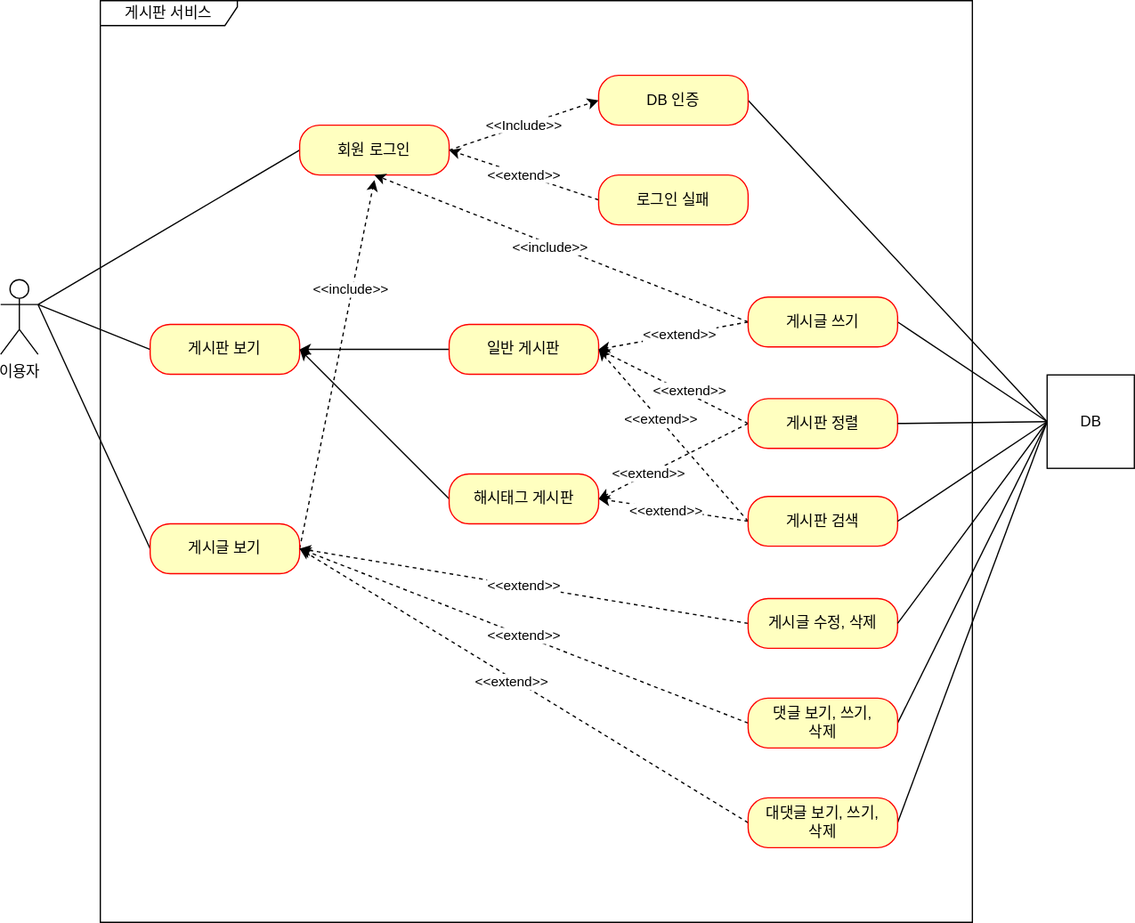
Earlier version of the draw.io export document/use-case.svg (junyihong/board-project). Source tidied: cells renumbered, new cells last; positions are measured from the earlier drawing's top-left corner, leaving out a move shared by most shapes. Source of this version:
```xml
<mxGraphModel>
  <root>
    <mxCell id="0" />
    <mxCell id="1" parent="0" />
    <mxCell id="2" value="이용자" style="shape=umlActor;verticalLabelPosition=bottom;verticalAlign=top;html=1;" parent="1" vertex="1">
      <mxGeometry y="224" width="30" height="60" as="geometry" />
    </mxCell>
    <mxCell id="3" value="게시판 서비스" style="shape=umlFrame;whiteSpace=wrap;html=1;width=110;height=20;" parent="1" vertex="1">
      <mxGeometry x="80" width="700" height="740" as="geometry" />
    </mxCell>
    <mxCell id="4" style="rounded=0;jettySize=auto;html=1;exitX=0;exitY=0.5;exitDx=0;exitDy=0;entryX=1;entryY=0.5;entryDx=0;entryDy=0;" parent="1" edge="1" source="5" target="7">
      <mxGeometry relative="1" as="geometry" />
    </mxCell>
    <mxCell id="5" value="일반 게시판" style="rounded=1;whiteSpace=wrap;html=1;arcSize=40;fontColor=#000000;fillColor=#ffffc0;strokeColor=#ff0000;" parent="1" vertex="1">
      <mxGeometry x="360" y="260" width="120" height="40" as="geometry" />
    </mxCell>
    <mxCell id="6" style="edgeStyle=none;rounded=0;jettySize=auto;html=1;exitX=0;exitY=0.5;exitDx=0;exitDy=0;entryX=1;entryY=0.3333333333333333;entryDx=0;entryDy=0;entryPerimeter=0;endArrow=none;endFill=0;" parent="1" edge="1" source="7" target="2">
      <mxGeometry relative="1" as="geometry" />
    </mxCell>
    <mxCell id="7" value="게시판 보기" style="rounded=1;whiteSpace=wrap;html=1;arcSize=40;fontColor=#000000;fillColor=#ffffc0;strokeColor=#ff0000;" parent="1" vertex="1">
      <mxGeometry x="120" y="260" width="120" height="40" as="geometry" />
    </mxCell>
    <mxCell id="8" style="edgeStyle=none;rounded=0;jettySize=auto;html=1;exitX=0;exitY=0.5;exitDx=0;exitDy=0;endArrow=none;endFill=0;" parent="1" edge="1" source="11">
      <mxGeometry relative="1" as="geometry">
        <mxPoint x="30" y="244" as="targetPoint" />
      </mxGeometry>
    </mxCell>
    <mxCell id="9" style="edgeStyle=none;rounded=0;jettySize=auto;html=1;exitX=1;exitY=0.5;exitDx=0;exitDy=0;dashed=1;endArrow=classic;endFill=1;" parent="1" edge="1" source="11">
      <mxGeometry relative="1" as="geometry">
        <mxPoint x="300" y="144" as="targetPoint" />
      </mxGeometry>
    </mxCell>
    <mxCell id="10" value="&amp;lt;&amp;lt;include&amp;gt;&amp;gt;" style="edgeLabel;html=1;align=center;verticalAlign=middle;" parent="9" vertex="1">
      <mxGeometry x="0.41" y="2" relative="1" as="geometry" />
    </mxCell>
    <mxCell id="11" value="게시글 보기" style="rounded=1;whiteSpace=wrap;html=1;arcSize=40;fontColor=#000000;fillColor=#ffffc0;strokeColor=#ff0000;" parent="1" vertex="1">
      <mxGeometry x="120" y="420" width="120" height="40" as="geometry" />
    </mxCell>
    <mxCell id="12" style="edgeStyle=none;rounded=0;jettySize=auto;html=1;exitX=0;exitY=0.5;exitDx=0;exitDy=0;endArrow=none;endFill=0;" parent="1" edge="1" source="14">
      <mxGeometry relative="1" as="geometry">
        <mxPoint x="30" y="244" as="targetPoint" />
      </mxGeometry>
    </mxCell>
    <mxCell id="13" value="&amp;lt;&amp;lt;Include&amp;gt;&amp;gt;" style="rounded=0;jettySize=auto;html=1;exitX=1;exitY=0.5;exitDx=0;exitDy=0;entryX=0;entryY=0.5;entryDx=0;entryDy=0;dashed=1;" parent="1" edge="1" source="14" target="16">
      <mxGeometry relative="1" as="geometry" />
    </mxCell>
    <mxCell id="14" value="회원 로그인" style="rounded=1;whiteSpace=wrap;html=1;arcSize=40;fontColor=#000000;fillColor=#ffffc0;strokeColor=#ff0000;" parent="1" vertex="1">
      <mxGeometry x="240" y="100" width="120" height="40" as="geometry" />
    </mxCell>
    <mxCell id="15" style="edgeStyle=none;rounded=0;jettySize=auto;html=1;exitX=1;exitY=0.5;exitDx=0;exitDy=0;entryX=0;entryY=0.5;entryDx=0;entryDy=0;endArrow=none;endFill=0;" parent="1" edge="1" source="16" target="39">
      <mxGeometry relative="1" as="geometry" />
    </mxCell>
    <mxCell id="16" value="DB 인증" style="rounded=1;whiteSpace=wrap;html=1;arcSize=40;fontColor=#000000;fillColor=#ffffc0;strokeColor=#ff0000;" parent="1" vertex="1">
      <mxGeometry x="480" y="60" width="120" height="40" as="geometry" />
    </mxCell>
    <mxCell id="17" value="&amp;lt;&amp;lt;extend&amp;gt;&amp;gt;" style="edgeStyle=none;rounded=0;jettySize=auto;html=1;exitX=0;exitY=0.5;exitDx=0;exitDy=0;entryX=1;entryY=0.5;entryDx=0;entryDy=0;endArrow=classic;endFill=1;dashed=1;" parent="1" edge="1" source="18" target="14">
      <mxGeometry relative="1" as="geometry" />
    </mxCell>
    <mxCell id="18" value="로그인 실패" style="rounded=1;whiteSpace=wrap;html=1;arcSize=40;fontColor=#000000;fillColor=#ffffc0;strokeColor=#ff0000;" parent="1" vertex="1">
      <mxGeometry x="480" y="140" width="120" height="40" as="geometry" />
    </mxCell>
    <mxCell id="19" style="edgeStyle=none;rounded=0;jettySize=auto;html=1;exitX=0;exitY=0.5;exitDx=0;exitDy=0;entryX=1;entryY=0.5;entryDx=0;entryDy=0;dashed=1;endArrow=classic;endFill=1;" parent="1" edge="1" source="23" target="5">
      <mxGeometry relative="1" as="geometry" />
    </mxCell>
    <mxCell id="20" value="&amp;lt;&amp;lt;extend&amp;gt;&amp;gt;" style="edgeLabel;html=1;align=center;verticalAlign=middle;" parent="19" vertex="1">
      <mxGeometry x="-0.18" y="-3" relative="1" as="geometry" />
    </mxCell>
    <mxCell id="21" style="edgeStyle=none;rounded=0;jettySize=auto;html=1;exitX=0;exitY=0.5;exitDx=0;exitDy=0;entryX=1;entryY=0.5;entryDx=0;entryDy=0;dashed=1;" parent="1" edge="1" source="23" target="41">
      <mxGeometry relative="1" as="geometry" />
    </mxCell>
    <mxCell id="22" value="&amp;lt;&amp;lt;extend&amp;gt;&amp;gt;" style="edgeLabel;html=1;align=center;verticalAlign=middle;" parent="21" vertex="1">
      <mxGeometry x="0.33" relative="1" as="geometry">
        <mxPoint x="-1" as="offset" />
      </mxGeometry>
    </mxCell>
    <mxCell id="23" value="게시판 정렬" style="rounded=1;whiteSpace=wrap;html=1;arcSize=40;fontColor=#000000;fillColor=#ffffc0;strokeColor=#ff0000;" parent="1" vertex="1">
      <mxGeometry x="600" y="319.5" width="120" height="40" as="geometry" />
    </mxCell>
    <mxCell id="24" style="edgeStyle=none;rounded=0;jettySize=auto;html=1;exitX=0;exitY=0.5;exitDx=0;exitDy=0;dashed=1;endArrow=classic;endFill=1;entryX=1;entryY=0.5;entryDx=0;entryDy=0;" parent="1" edge="1" source="28" target="5">
      <mxGeometry relative="1" as="geometry" />
    </mxCell>
    <mxCell id="25" value="&amp;lt;&amp;lt;extend&amp;gt;&amp;gt;" style="edgeLabel;html=1;align=center;verticalAlign=middle;" parent="24" vertex="1">
      <mxGeometry x="0.18" y="-1" relative="1" as="geometry" />
    </mxCell>
    <mxCell id="26" style="edgeStyle=none;rounded=0;jettySize=auto;html=1;exitX=0;exitY=0.5;exitDx=0;exitDy=0;entryX=1;entryY=0.5;entryDx=0;entryDy=0;dashed=1;" parent="1" edge="1" source="28" target="41">
      <mxGeometry relative="1" as="geometry" />
    </mxCell>
    <mxCell id="27" value="&amp;lt;&amp;lt;extend&amp;gt;&amp;gt;" style="edgeLabel;html=1;align=center;verticalAlign=middle;" parent="26" vertex="1">
      <mxGeometry x="0.11" y="2" relative="1" as="geometry">
        <mxPoint x="1" as="offset" />
      </mxGeometry>
    </mxCell>
    <mxCell id="28" value="게시판 검색" style="rounded=1;whiteSpace=wrap;html=1;arcSize=40;fontColor=#000000;fillColor=#ffffc0;strokeColor=#ff0000;" parent="1" vertex="1">
      <mxGeometry x="600" y="398" width="120" height="40" as="geometry" />
    </mxCell>
    <mxCell id="29" value="&amp;lt;&amp;lt;extend&amp;gt;&amp;gt;" style="edgeStyle=none;rounded=0;jettySize=auto;html=1;exitX=0;exitY=0.5;exitDx=0;exitDy=0;entryX=1;entryY=0.5;entryDx=0;entryDy=0;dashed=1;endArrow=classic;endFill=1;" parent="1" edge="1" source="30" target="11">
      <mxGeometry relative="1" as="geometry" />
    </mxCell>
    <mxCell id="30" value="게시글 수정, 삭제" style="rounded=1;whiteSpace=wrap;html=1;arcSize=40;fontColor=#000000;fillColor=#ffffc0;strokeColor=#ff0000;" parent="1" vertex="1">
      <mxGeometry x="600" y="480" width="120" height="40" as="geometry" />
    </mxCell>
    <mxCell id="31" style="edgeStyle=none;rounded=0;jettySize=auto;html=1;exitX=0;exitY=0.5;exitDx=0;exitDy=0;dashed=1;endArrow=classic;endFill=1;entryX=1;entryY=0.5;entryDx=0;entryDy=0;" parent="1" edge="1" source="34" target="11">
      <mxGeometry relative="1" as="geometry" />
    </mxCell>
    <mxCell id="32" value="&amp;lt;&amp;lt;extend&amp;gt;&amp;gt;" style="edgeLabel;html=1;align=center;verticalAlign=middle;" parent="31" vertex="1">
      <mxGeometry x="0.01" relative="1" as="geometry" />
    </mxCell>
    <mxCell id="33" style="edgeStyle=none;rounded=0;jettySize=auto;html=1;exitX=1;exitY=0.5;exitDx=0;exitDy=0;endArrow=none;endFill=0;entryX=0;entryY=0.5;entryDx=0;entryDy=0;" parent="1" edge="1" source="34" target="39">
      <mxGeometry relative="1" as="geometry" />
    </mxCell>
    <mxCell id="34" value="댓글 보기, 쓰기,&lt;br&gt;삭제" style="rounded=1;whiteSpace=wrap;html=1;arcSize=40;fontColor=#000000;fillColor=#ffffc0;strokeColor=#ff0000;" parent="1" vertex="1">
      <mxGeometry x="600" y="560" width="120" height="40" as="geometry" />
    </mxCell>
    <mxCell id="35" style="edgeStyle=none;rounded=0;jettySize=auto;html=1;exitX=0;exitY=0.5;exitDx=0;exitDy=0;entryX=1;entryY=0.5;entryDx=0;entryDy=0;endArrow=none;endFill=0;" parent="1" edge="1" source="39" target="30">
      <mxGeometry relative="1" as="geometry" />
    </mxCell>
    <mxCell id="36" style="edgeStyle=none;rounded=0;jettySize=auto;html=1;exitX=0;exitY=0.5;exitDx=0;exitDy=0;entryX=1;entryY=0.5;entryDx=0;entryDy=0;endArrow=none;endFill=0;" parent="1" edge="1" source="39" target="28">
      <mxGeometry relative="1" as="geometry" />
    </mxCell>
    <mxCell id="37" style="edgeStyle=none;rounded=0;jettySize=auto;html=1;exitX=0;exitY=0.5;exitDx=0;exitDy=0;entryX=1;entryY=0.5;entryDx=0;entryDy=0;endArrow=none;endFill=0;" parent="1" edge="1" source="39" target="23">
      <mxGeometry relative="1" as="geometry" />
    </mxCell>
    <mxCell id="38" style="edgeStyle=none;rounded=0;jettySize=auto;html=1;exitX=0;exitY=0.5;exitDx=0;exitDy=0;entryX=1;entryY=0.5;entryDx=0;entryDy=0;endArrow=none;endFill=0;" parent="1" edge="1" source="39" target="47">
      <mxGeometry relative="1" as="geometry" />
    </mxCell>
    <mxCell id="39" value="DB" style="html=1;" parent="1" vertex="1">
      <mxGeometry x="840" y="300.5" width="70" height="75" as="geometry" />
    </mxCell>
    <mxCell id="40" style="jettySize=auto;html=1;exitX=0;exitY=0.5;exitDx=0;exitDy=0;entryX=1;entryY=0.5;entryDx=0;entryDy=0;rounded=0;" parent="1" edge="1" source="41" target="7">
      <mxGeometry relative="1" as="geometry" />
    </mxCell>
    <mxCell id="41" value="해시태그 게시판" style="rounded=1;whiteSpace=wrap;html=1;arcSize=40;fontColor=#000000;fillColor=#ffffc0;strokeColor=#ff0000;" parent="1" vertex="1">
      <mxGeometry x="360" y="380" width="120" height="40" as="geometry" />
    </mxCell>
    <mxCell id="42" style="edgeStyle=none;rounded=0;orthogonalLoop=1;jettySize=auto;html=1;exitX=0;exitY=0.5;exitDx=0;exitDy=0;" parent="1" edge="1" source="28" target="28">
      <mxGeometry relative="1" as="geometry" />
    </mxCell>
    <mxCell id="43" style="edgeStyle=none;rounded=0;jettySize=auto;html=1;exitX=0;exitY=0.5;exitDx=0;exitDy=0;entryX=1;entryY=0.5;entryDx=0;entryDy=0;dashed=1;" parent="1" edge="1" source="47" target="5">
      <mxGeometry relative="1" as="geometry" />
    </mxCell>
    <mxCell id="44" value="&amp;lt;&amp;lt;extend&amp;gt;&amp;gt;" style="edgeLabel;html=1;align=center;verticalAlign=middle;" parent="43" vertex="1">
      <mxGeometry x="-0.09" y="-1" relative="1" as="geometry" />
    </mxCell>
    <mxCell id="45" style="edgeStyle=none;rounded=0;jettySize=auto;html=1;exitX=0;exitY=0.5;exitDx=0;exitDy=0;entryX=0.5;entryY=1;entryDx=0;entryDy=0;endArrow=classic;endFill=1;dashed=1;" parent="1" edge="1" source="47" target="14">
      <mxGeometry relative="1" as="geometry" />
    </mxCell>
    <mxCell id="46" value="&amp;lt;&amp;lt;include&amp;gt;&amp;gt;" style="edgeLabel;html=1;align=center;verticalAlign=middle;" parent="45" vertex="1">
      <mxGeometry x="0.06" y="2" relative="1" as="geometry" />
    </mxCell>
    <mxCell id="47" value="게시글 쓰기" style="rounded=1;whiteSpace=wrap;html=1;arcSize=40;fontColor=#000000;fillColor=#ffffc0;strokeColor=#ff0000;" parent="1" vertex="1">
      <mxGeometry x="600" y="238" width="120" height="40" as="geometry" />
    </mxCell>
    <mxCell id="48" style="edgeStyle=none;rounded=0;jettySize=auto;html=1;exitX=0;exitY=0.5;exitDx=0;exitDy=0;entryX=1;entryY=0.5;entryDx=0;entryDy=0;endArrow=classic;endFill=1;dashed=1;" parent="1" edge="1" source="51" target="11">
      <mxGeometry relative="1" as="geometry" />
    </mxCell>
    <mxCell id="49" value="&amp;lt;&amp;lt;extend&amp;gt;&amp;gt;" style="edgeLabel;html=1;align=center;verticalAlign=middle;" parent="48" vertex="1">
      <mxGeometry x="0.05" y="3" relative="1" as="geometry" />
    </mxCell>
    <mxCell id="50" style="edgeStyle=none;rounded=0;jettySize=auto;html=1;exitX=1;exitY=0.5;exitDx=0;exitDy=0;entryX=0;entryY=0.5;entryDx=0;entryDy=0;endArrow=none;endFill=0;" parent="1" edge="1" source="51" target="39">
      <mxGeometry relative="1" as="geometry" />
    </mxCell>
    <mxCell id="51" value="대댓글 보기, 쓰기,&lt;br&gt;삭제" style="rounded=1;whiteSpace=wrap;html=1;arcSize=40;fontColor=#000000;fillColor=#ffffc0;strokeColor=#ff0000;" parent="1" vertex="1">
      <mxGeometry x="600" y="640" width="120" height="40" as="geometry" />
    </mxCell>
  </root>
</mxGraphModel>
```
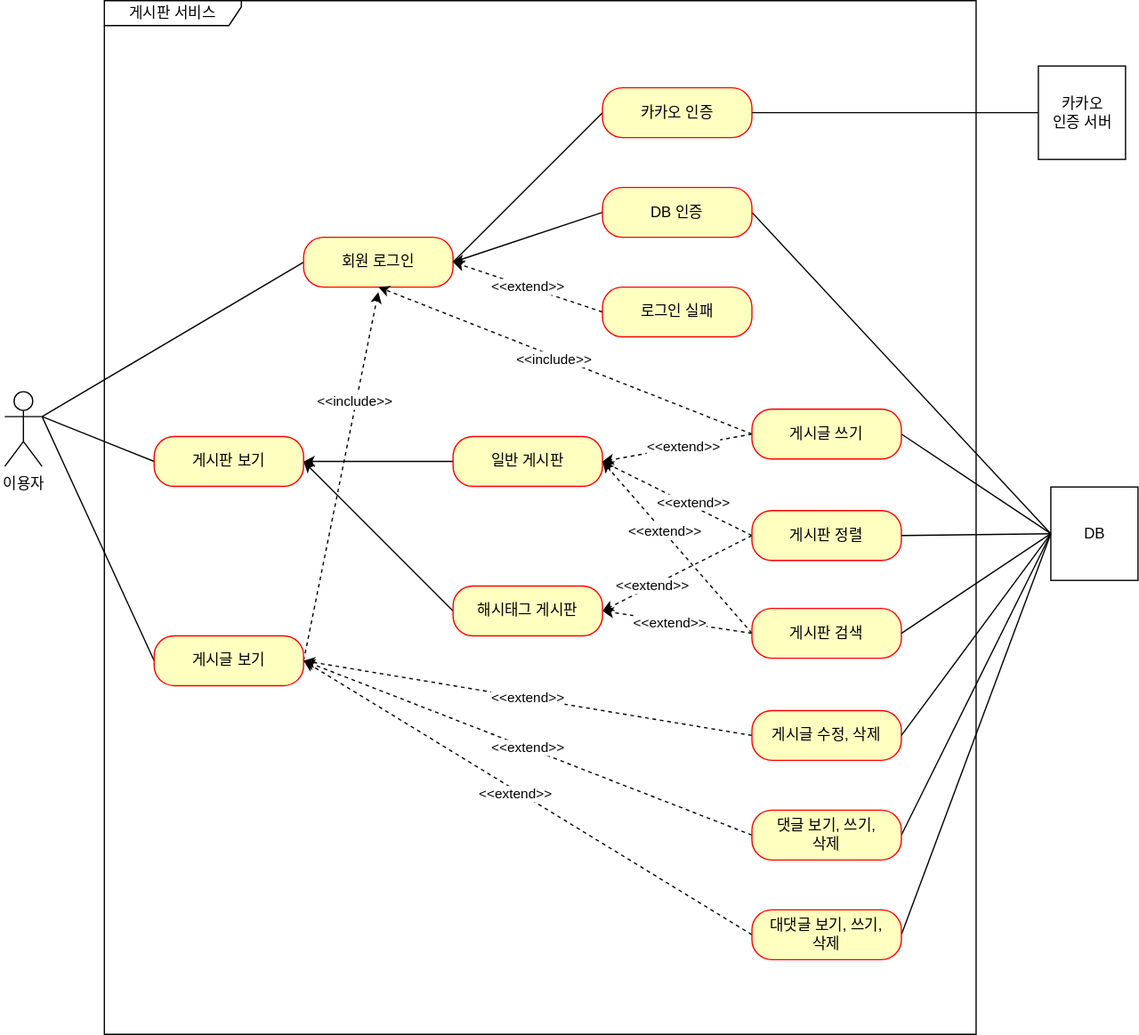
After the commit.

Commit message:
#59 - use-case.svg: 카카오 인증 유즈케이스 추가 (대댓글은 미리 표현)

The edit, as a diff of the source:
```diff
@@ -6,7 +6,7 @@
       <mxGeometry y="224" width="30" height="60" as="geometry" />
     </mxCell>
     <mxCell id="3" value="게시판 서비스" style="shape=umlFrame;whiteSpace=wrap;html=1;width=110;height=20;" parent="1" vertex="1">
-      <mxGeometry x="80" width="700" height="740" as="geometry" />
+      <mxGeometry x="80" y="-90" width="700" height="830" as="geometry" />
     </mxCell>
     <mxCell id="4" style="rounded=0;jettySize=auto;html=1;exitX=0;exitY=0.5;exitDx=0;exitDy=0;entryX=1;entryY=0.5;entryDx=0;entryDy=0;" parent="1" edge="1" source="5" target="7">
       <mxGeometry relative="1" as="geometry" />
@@ -41,7 +41,7 @@
         <mxPoint x="30" y="244" as="targetPoint" />
       </mxGeometry>
     </mxCell>
-    <mxCell id="13" value="&amp;lt;&amp;lt;Include&amp;gt;&amp;gt;" style="rounded=0;jettySize=auto;html=1;exitX=1;exitY=0.5;exitDx=0;exitDy=0;entryX=0;entryY=0.5;entryDx=0;entryDy=0;dashed=1;" parent="1" edge="1" source="14" target="16">
+    <mxCell id="13" style="rounded=0;jettySize=auto;html=1;exitX=0;exitY=0.5;exitDx=0;exitDy=0;endArrow=classicThin;endFill=1;entryX=1;entryY=0.5;entryDx=0;entryDy=0;" parent="1" edge="1" source="16" target="14">
       <mxGeometry relative="1" as="geometry" />
     </mxCell>
     <mxCell id="14" value="회원 로그인" style="rounded=1;whiteSpace=wrap;html=1;arcSize=40;fontColor=#000000;fillColor=#ffffc0;strokeColor=#ff0000;" parent="1" vertex="1">
@@ -162,5 +162,19 @@
     <mxCell id="51" value="대댓글 보기, 쓰기,&lt;br&gt;삭제" style="rounded=1;whiteSpace=wrap;html=1;arcSize=40;fontColor=#000000;fillColor=#ffffc0;strokeColor=#ff0000;" parent="1" vertex="1">
       <mxGeometry x="600" y="640" width="120" height="40" as="geometry" />
     </mxCell>
+    <mxCell id="52" style="rounded=0;jettySize=auto;html=1;endArrow=none;endFill=0;exitX=0;exitY=0.5;exitDx=0;exitDy=0;" parent="1" edge="1" source="53">
+      <mxGeometry relative="1" as="geometry">
+        <mxPoint x="360" y="120" as="targetPoint" />
+      </mxGeometry>
+    </mxCell>
+    <mxCell id="53" value="카카오 인증" style="rounded=1;whiteSpace=wrap;html=1;arcSize=40;fontColor=#000000;fillColor=#ffffc0;strokeColor=#ff0000;" parent="1" vertex="1">
+      <mxGeometry x="480" y="-20" width="120" height="40" as="geometry" />
+    </mxCell>
+    <mxCell id="54" style="edgeStyle=orthogonalEdgeStyle;rounded=0;jettySize=auto;html=1;entryX=1;entryY=0.5;entryDx=0;entryDy=0;strokeWidth=1;endArrow=none;endFill=0;" parent="1" edge="1" source="55" target="53">
+      <mxGeometry relative="1" as="geometry" />
+    </mxCell>
+    <mxCell id="55" value="카카오&lt;br&gt;인증 서버" style="html=1;" parent="1" vertex="1">
+      <mxGeometry x="830" y="-37.5" width="70" height="75" as="geometry" />
+    </mxCell>
   </root>
 </mxGraphModel>
```
